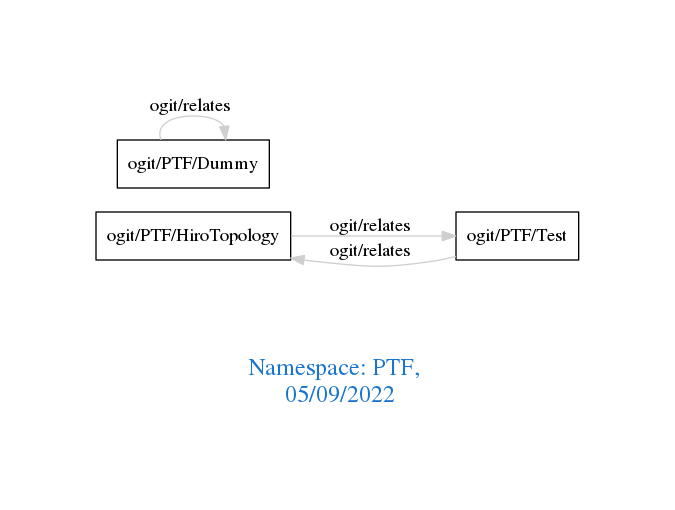
The Graphviz diagram downloads/PTF.png in arago/OGIT, before a commit. Its source is kept beside it as downloads/PTF.dot.
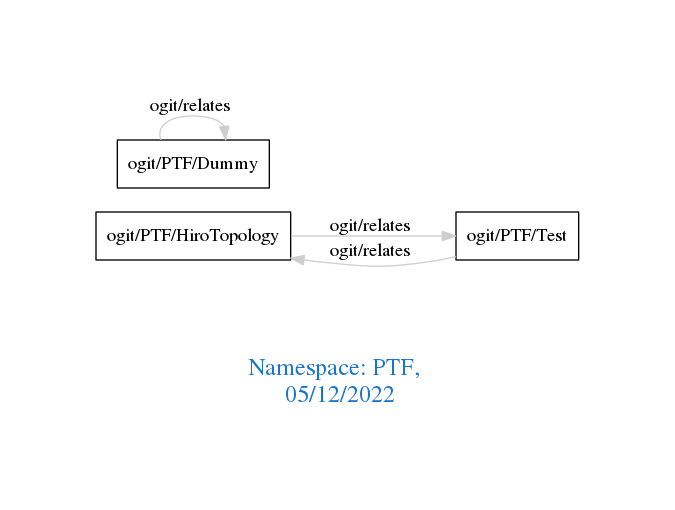
After the commit.

Change to the diagram source:
```diff
@@ -1,7 +1,7 @@
 digraph OGIT_ontology {
  graph [ rankdir= LR,pad=1
 fontsize = 18,
-fontcolor= dodgerblue3,label = "\n\n\nNamespace: PTF, \n 05/09/2022"];
+fontcolor= dodgerblue3,label = "\n\n\nNamespace: PTF, \n 05/12/2022"];
 node[shape=polygon];
 edge [  color="gray81"];
 
```
